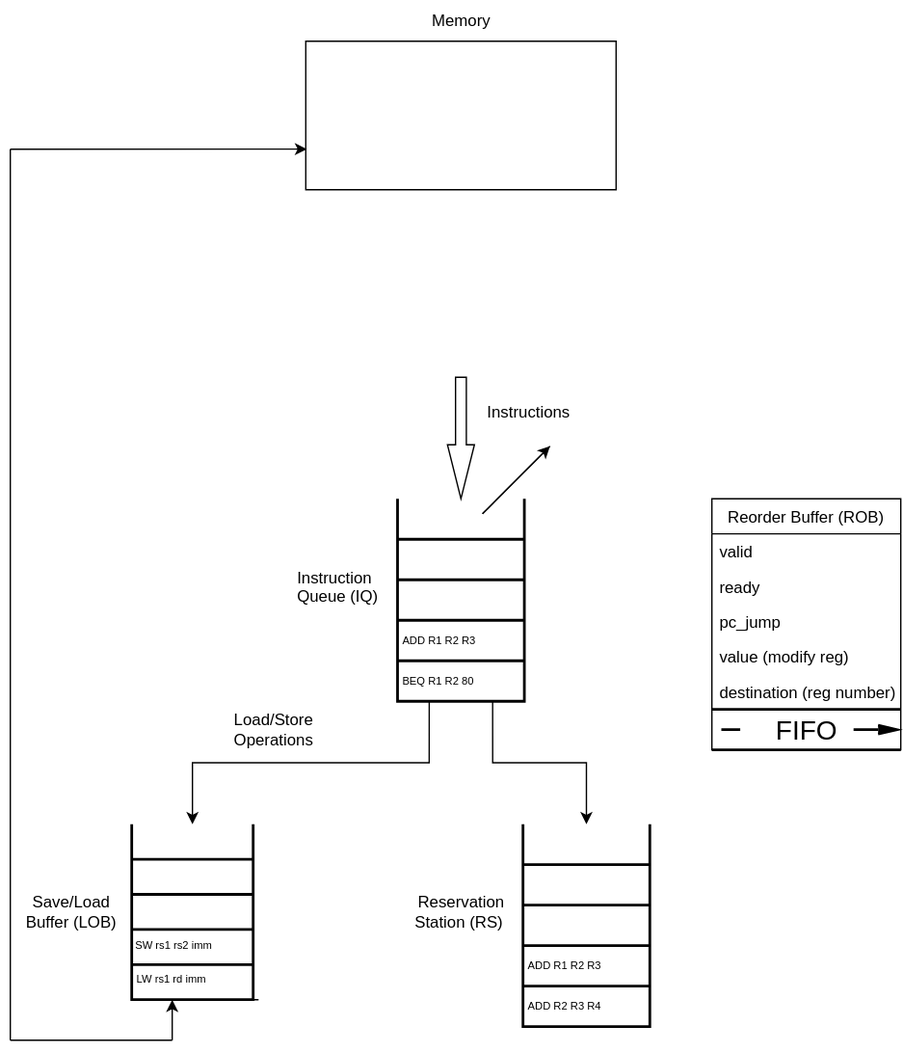
This is design.svg from Vexoben/RISCV-CPU-for-Course, a draw.io export, as it was before one commit. Source tidied: cells renumbered, new cells last; positions are measured from the earlier drawing's top-left corner, leaving out a move shared by most shapes.
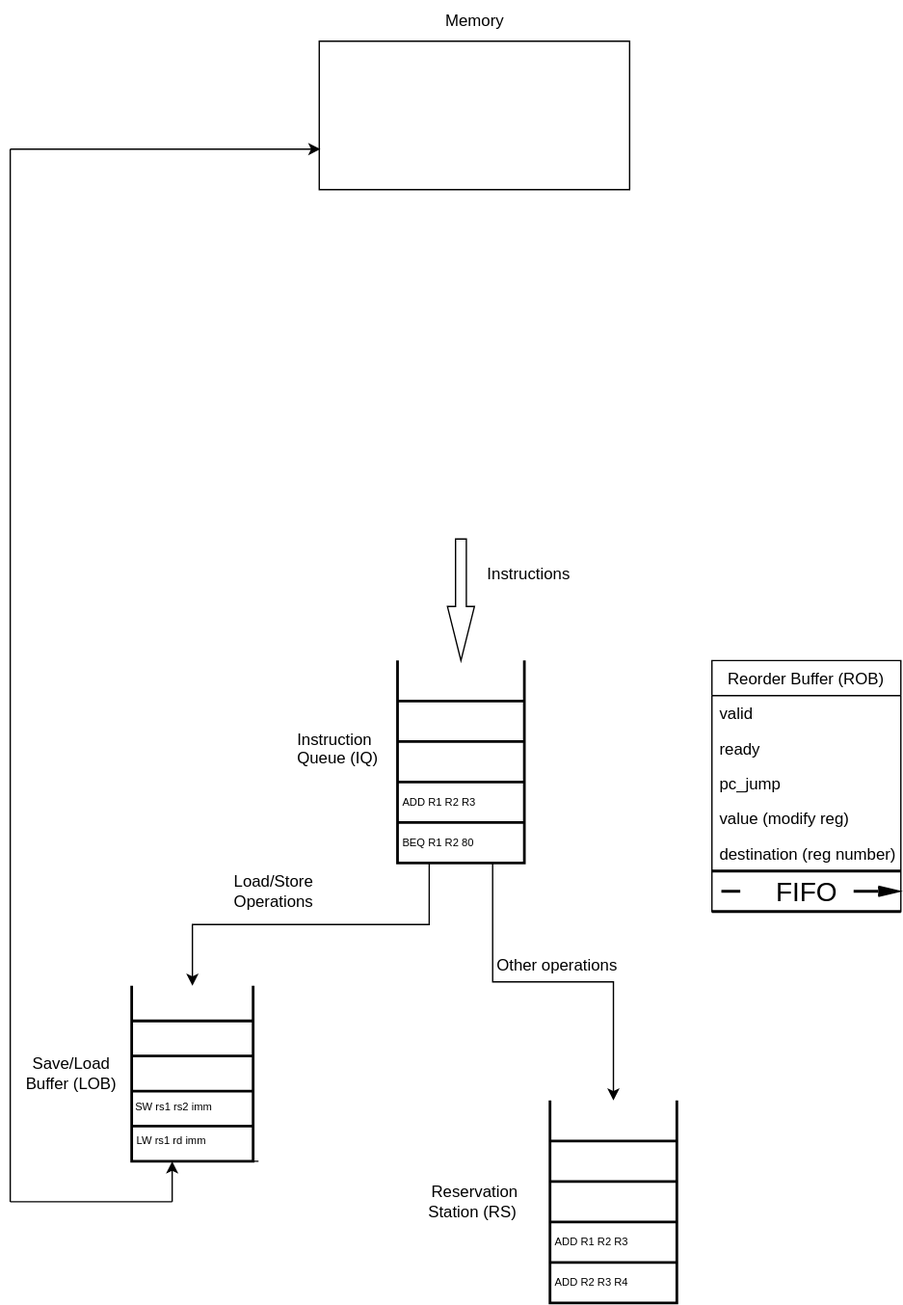
Above is the later version.

The edit, as a diff of the source:
```diff
@@ -45,10 +45,10 @@
       <mxGeometry y="156" width="140" height="30" as="geometry" />
     </mxCell>
     <mxCell id="16" style="verticalLabelPosition=bottom;verticalAlign=top;html=1;shape=mxgraph.basic.rect;fillColor2=none;strokeWidth=1;size=20;indent=5;" parent="1" vertex="1">
-      <mxGeometry x="219" y="30" width="230" height="110" as="geometry" />
+      <mxGeometry x="229" y="-90" width="230" height="110" as="geometry" />
     </mxCell>
     <mxCell id="17" value="Memory" style="text;html=1;align=center;verticalAlign=middle;strokeColor=none;fillColor=none;" parent="1" vertex="1">
-      <mxGeometry x="299" width="70" height="30" as="geometry" />
+      <mxGeometry x="309" y="-120" width="70" height="30" as="geometry" />
     </mxCell>
     <mxCell id="18" style="strokeWidth=2;html=1;shape=mxgraph.lean_mapping.data_box;html=1;rotation=-180;" parent="1" vertex="1">
       <mxGeometry x="90" y="610" width="90" height="130" as="geometry" />
@@ -77,24 +77,12 @@
     <mxCell id="25" style="endArrow=none;html=1;rounded=0;" parent="1" edge="1">
       <mxGeometry relative="1" as="geometry">
         <mxPoint y="770" as="sourcePoint" />
-        <mxPoint y="110" as="targetPoint" />
+        <mxPoint y="-10" as="targetPoint" />
       </mxGeometry>
     </mxCell>
-    <mxCell id="26" style="endArrow=none;html=1;rounded=0;" parent="1" edge="1">
-      <mxGeometry relative="1" as="geometry">
-        <mxPoint x="350" y="380" as="sourcePoint" />
-        <mxPoint x="400" y="330" as="targetPoint" />
-      </mxGeometry>
-    </mxCell>
-    <mxCell id="27" style="endArrow=classic;html=1;rounded=0;" parent="1" edge="1">
-      <mxGeometry relative="1" as="geometry">
-        <mxPoint x="350" y="380" as="sourcePoint" />
-        <mxPoint x="400" y="330" as="targetPoint" />
-      </mxGeometry>
-    </mxCell>
     <mxCell id="28" style="endArrow=classic;html=1;rounded=0;entryX=0.004;entryY=0.727;entryDx=0;entryDy=0;entryPerimeter=0;" parent="1" edge="1" target="16">
       <mxGeometry relative="1" as="geometry">
-        <mxPoint y="110" as="sourcePoint" />
+        <mxPoint y="-10" as="sourcePoint" />
       </mxGeometry>
     </mxCell>
     <mxCell id="29" style="endArrow=classic;html=1;rounded=0;" parent="1" edge="1">
@@ -104,7 +92,7 @@
       </mxGeometry>
     </mxCell>
     <mxCell id="30" style="strokeWidth=2;html=1;shape=mxgraph.lean_mapping.data_box;html=1;rotation=-180;" parent="1" vertex="1">
-      <mxGeometry x="380" y="610" width="94" height="150" as="geometry" />
+      <mxGeometry x="400" y="695" width="94" height="150" as="geometry" />
     </mxCell>
     <mxCell id="31" value="ADD R1 R2 R3" style="text;fontSize=8;spacingLeft=2;verticalAlign=middle;html=1;rotation=0;" parent="30" vertex="1">
       <mxGeometry y="90" width="94" height="30" as="geometry" />
@@ -119,10 +107,13 @@
       <mxGeometry relative="1" as="geometry" />
     </mxCell>
     <mxCell id="35" value="Reservation&lt;br&gt;Station (RS)&amp;nbsp;" style="text;html=1;align=center;verticalAlign=middle;strokeColor=none;fillColor=none;" parent="1" vertex="1">
-      <mxGeometry x="289" y="655" width="90" height="40" as="geometry" />
+      <mxGeometry x="299" y="750" width="90" height="40" as="geometry" />
     </mxCell>
     <mxCell id="36" value="Load/Store&lt;br&gt;Operations" style="text;html=1;align=center;verticalAlign=middle;strokeColor=none;fillColor=none;" parent="1" vertex="1">
       <mxGeometry x="155" y="520" width="80" height="40" as="geometry" />
     </mxCell>
+    <mxCell id="37" value="Other operations" style="text;html=1;align=center;verticalAlign=middle;strokeColor=none;fillColor=none;" parent="1" vertex="1">
+      <mxGeometry x="350" y="580" width="110" height="30" as="geometry" />
+    </mxCell>
   </root>
 </mxGraphModel>
```
